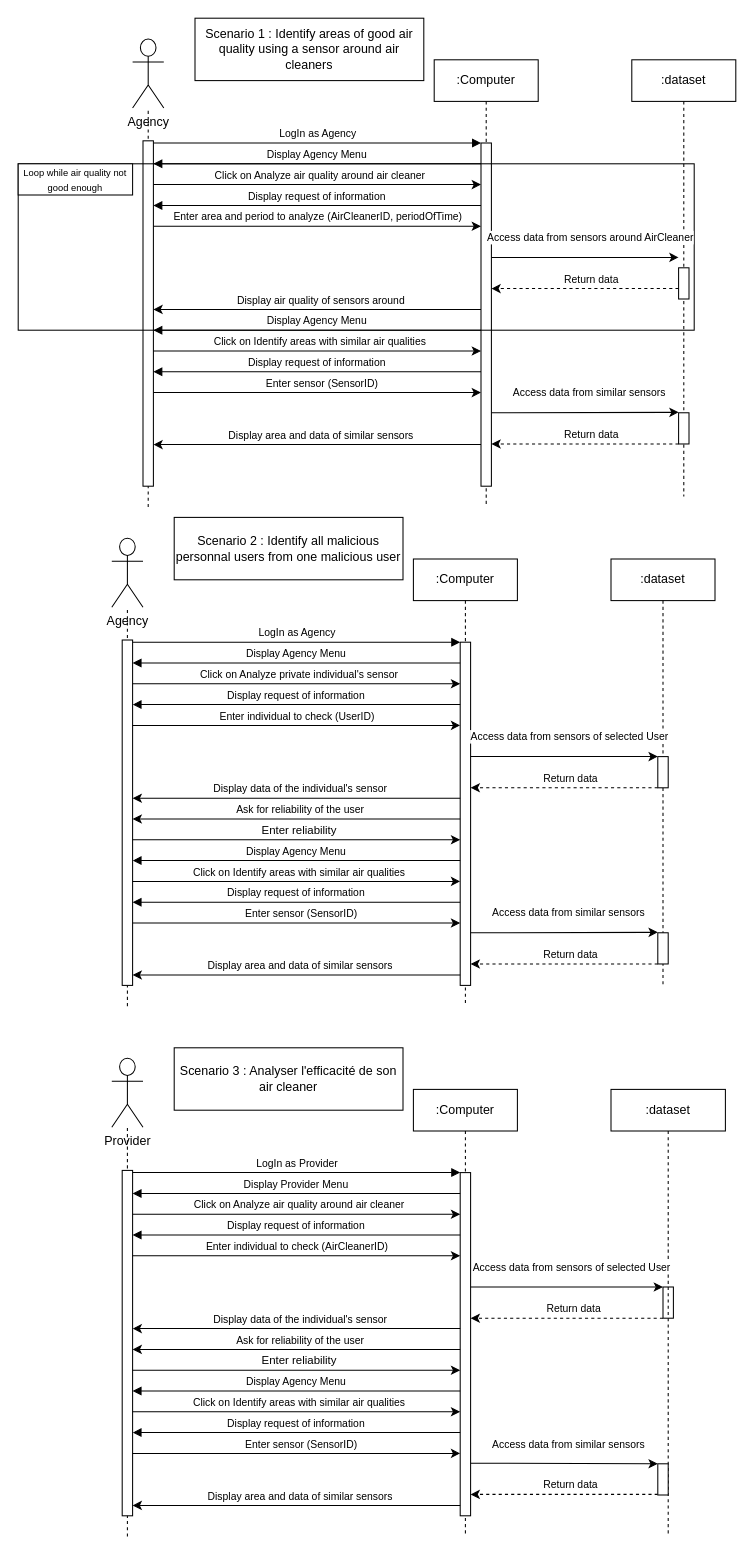
This is Diagramme sans nom.drawio from Florian-LeVasseur/UML, a draw.io file, before an edit. Source tidied: cells renumbered, new cells numbered last; positions are measured from the earlier drawing's top-left corner, leaving out a move shared by most shapes. Both pictures are drawn from the tidied source at 104%, with x=0, y=0 at pixel (18, 18).
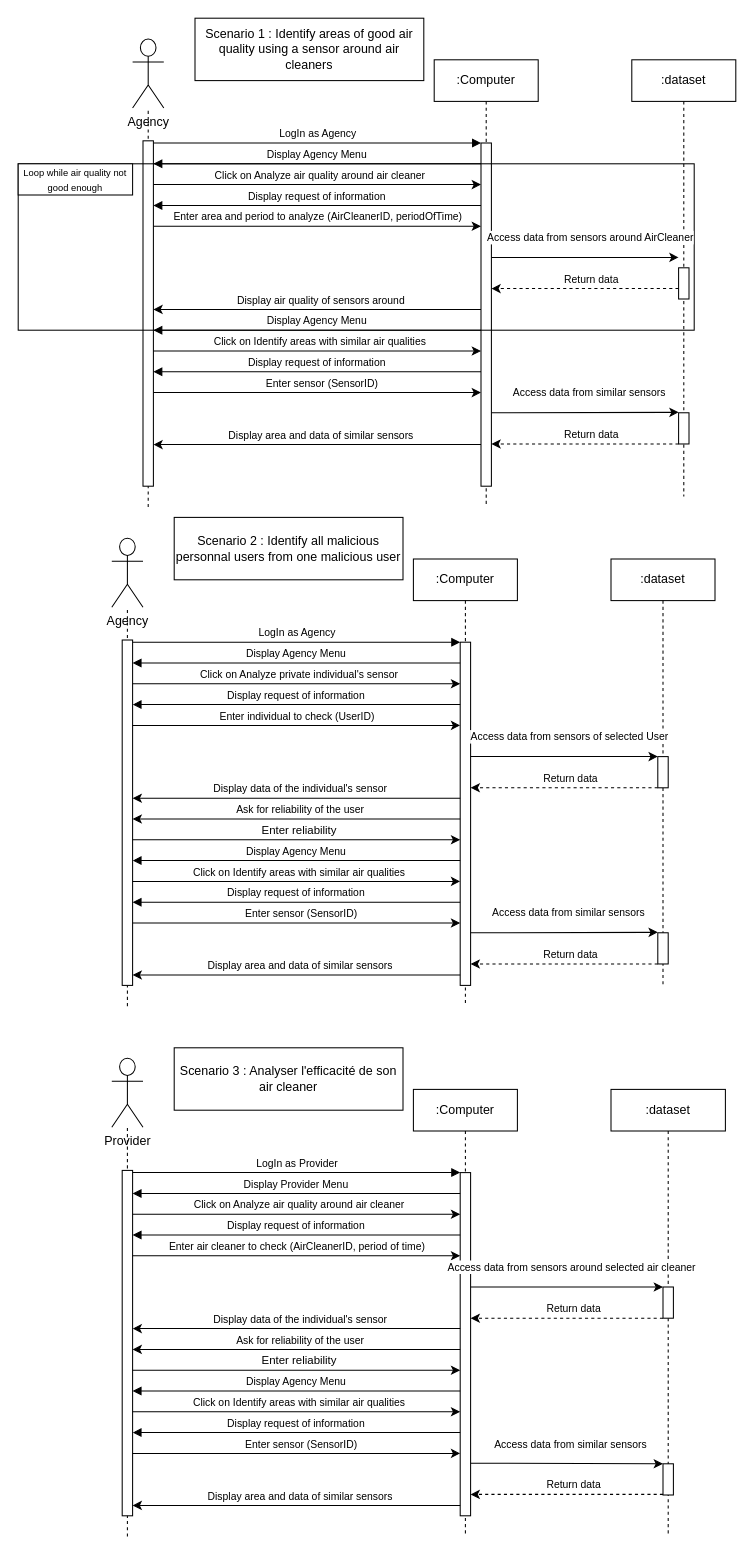
Above is the later version.

Commit message (it also covers changes not shown here):
Mettre à jour Diagramme sans nom.drawio

The change refers to these unchanged cells:
```xml
<mxCell id="82" style="group;" parent="1" vertex="1">
  <mxGeometry x="90" y="990" width="540" height="450" as="geometry" />
</mxCell>
<mxCell id="106" style="edgeStyle=elbowEdgeStyle;rounded=0;jettySize=auto;html=1;elbow=vertical;curved=0;" parent="1" edge="1" source="84" target="78">
  <mxGeometry relative="1" as="geometry">
    <Array as="points">
      <mxPoint x="320" y="1190" />
      <mxPoint x="270" y="1210" />
      <mxPoint x="320" y="1190" />
      <mxPoint x="270" y="1190" />
    </Array>
  </mxGeometry>
</mxCell>
<mxCell id="109" value="&lt;div&gt;:dataset&lt;/div&gt;" style="shape=umlLifeline;perimeter=lifelinePerimeter;whiteSpace=wrap;html=1;newEdgeStyle={&quot;edgeStyle&quot;:&quot;elbowEdgeStyle&quot;,&quot;elbow&quot;:&quot;vertical&quot;,&quot;curved&quot;:0,&quot;rounded&quot;:0};" parent="1" vertex="1">
  <mxGeometry x="570" y="1030" width="110" height="430" as="geometry" />
</mxCell>
<mxCell id="111" style="edgeStyle=elbowEdgeStyle;rounded=0;jettySize=auto;html=1;elbow=vertical;curved=0;" parent="1" edge="1" target="103">
  <mxGeometry relative="1" as="geometry">
    <mxPoint x="435" y="1220" as="sourcePoint" />
  </mxGeometry>
</mxCell>
```

Change to the diagram source:
```diff
@@
-    <mxCell id="103" style="html=1;points=[];perimeter=orthogonalPerimeter;outlineConnect=0;targetShapes=umlLifeline;portConstraint=eastwest;newEdgeStyle={&quot;edgeStyle&quot;:&quot;elbowEdgeStyle&quot;,&quot;elbow&quot;:&quot;vertical&quot;,&quot;curved&quot;:0,&quot;rounded&quot;:0};" parent="82" vertex="1">
-      <mxGeometry x="530" y="230" width="10" height="30" as="geometry" />
-    </mxCell>
@@
-    <mxCell id="107" value="&lt;font style=&quot;font-size: 10px;&quot;&gt;Enter individual to check (AirCleanerID)&lt;br&gt;&lt;/font&gt;" style="edgeLabel;html=1;align=center;verticalAlign=middle;" parent="106" vertex="1">
+    <mxCell id="107" value="&lt;font style=&quot;font-size: 10px;&quot;&gt;Enter air cleaner to check (AirCleanerID, period of time)&lt;br&gt;&lt;/font&gt;" style="edgeLabel;html=1;align=center;verticalAlign=middle;" parent="106" vertex="1">
       <mxGeometry x="0.08" relative="1" as="geometry">
         <mxPoint x="-13" y="-10" as="offset" />
       </mxGeometry>
     </mxCell>
@@
     <mxCell id="110" style="html=1;points=[];perimeter=orthogonalPerimeter;outlineConnect=0;targetShapes=umlLifeline;portConstraint=eastwest;newEdgeStyle={&quot;edgeStyle&quot;:&quot;elbowEdgeStyle&quot;,&quot;elbow&quot;:&quot;vertical&quot;,&quot;curved&quot;:0,&quot;rounded&quot;:0};" parent="109" vertex="1">
-      <mxGeometry x="45" y="360" width="10" height="30" as="geometry" />
+      <mxGeometry x="50" y="360" width="10" height="30" as="geometry" />
     </mxCell>
+    <mxCell id="103" style="html=1;points=[];perimeter=orthogonalPerimeter;outlineConnect=0;targetShapes=umlLifeline;portConstraint=eastwest;newEdgeStyle={&quot;edgeStyle&quot;:&quot;elbowEdgeStyle&quot;,&quot;elbow&quot;:&quot;vertical&quot;,&quot;curved&quot;:0,&quot;rounded&quot;:0};" parent="109" vertex="1">
+      <mxGeometry x="50" y="190" width="10" height="30" as="geometry" />
+    </mxCell>
@@
-    <mxCell id="112" value="&lt;font style=&quot;font-size: 10px;&quot;&gt;Access data from sensors of selected User&lt;br&gt;&lt;/font&gt;" style="edgeLabel;html=1;align=center;verticalAlign=middle;" parent="111" vertex="1">
+    <mxCell id="112" value="&lt;font style=&quot;font-size: 10px;&quot;&gt;Access data from sensors around selected air cleaner&lt;br&gt;&lt;/font&gt;" style="edgeLabel;html=1;align=center;verticalAlign=middle;" parent="111" vertex="1">
       <mxGeometry x="-0.27" relative="1" as="geometry">
         <mxPoint x="28" y="-20" as="offset" />
       </mxGeometry>
     </mxCell>
```
